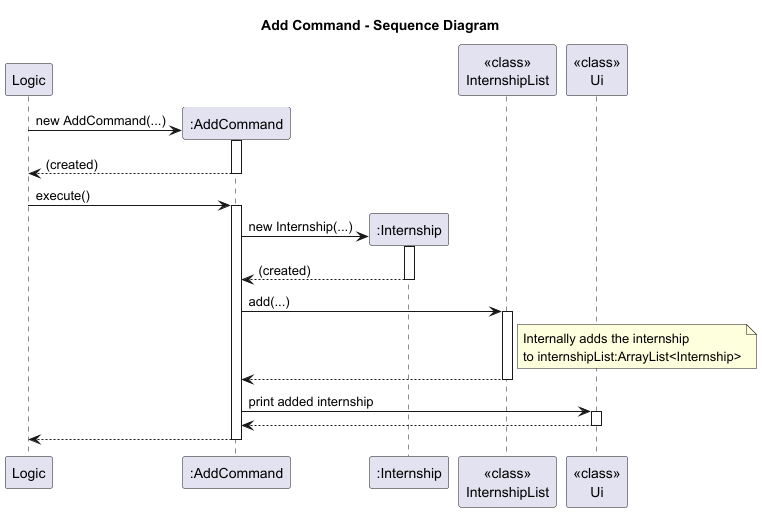
The PlantUML diagram docs/diagrams/AddCommandSD.png in AY2526S1-CS2113-W14-4/tp, before a commit.
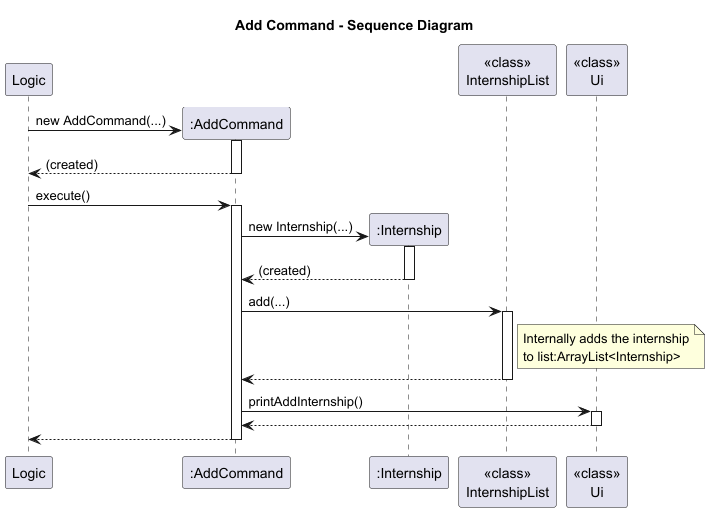
The same diagram one commit later.

What changed in the source:
```diff
@@ -1,16 +1,17 @@
 @startuml
 title Add Command - Sequence Diagram
+
 participant Logic
-create ":AddCommand" as AC
+participant ":AddCommand" as AC
 participant ":Internship" as IN
 participant "<<class>>\nInternshipList" as IL
 participant "<<class>>\nUi" as Ui
 
-Logic-> AC**: new AddCommand(...)
+Logic -> AC**: new AddCommand(...)
 activate AC
 return (created)
 
-Logic-> AC: execute()
+Logic -> AC: execute()
 activate AC
 
 AC -> IN**: new Internship(...)
@@ -20,15 +21,15 @@
 
 AC -> IL: add(...)
 activate IL
-note right of IL: Internally adds the internship\nto internshipList:ArrayList<Internship>
+note right of IL: Internally adds the internship\nto list:ArrayList<Internship>
 IL --> AC
 deactivate IL
 
-AC -> Ui: print added internship
+AC -> Ui: printAddInternship()
 activate Ui
 Ui --> AC
 deactivate Ui
 
-AC -->Logic
+AC --> Logic
 deactivate AC
 @enduml
```
